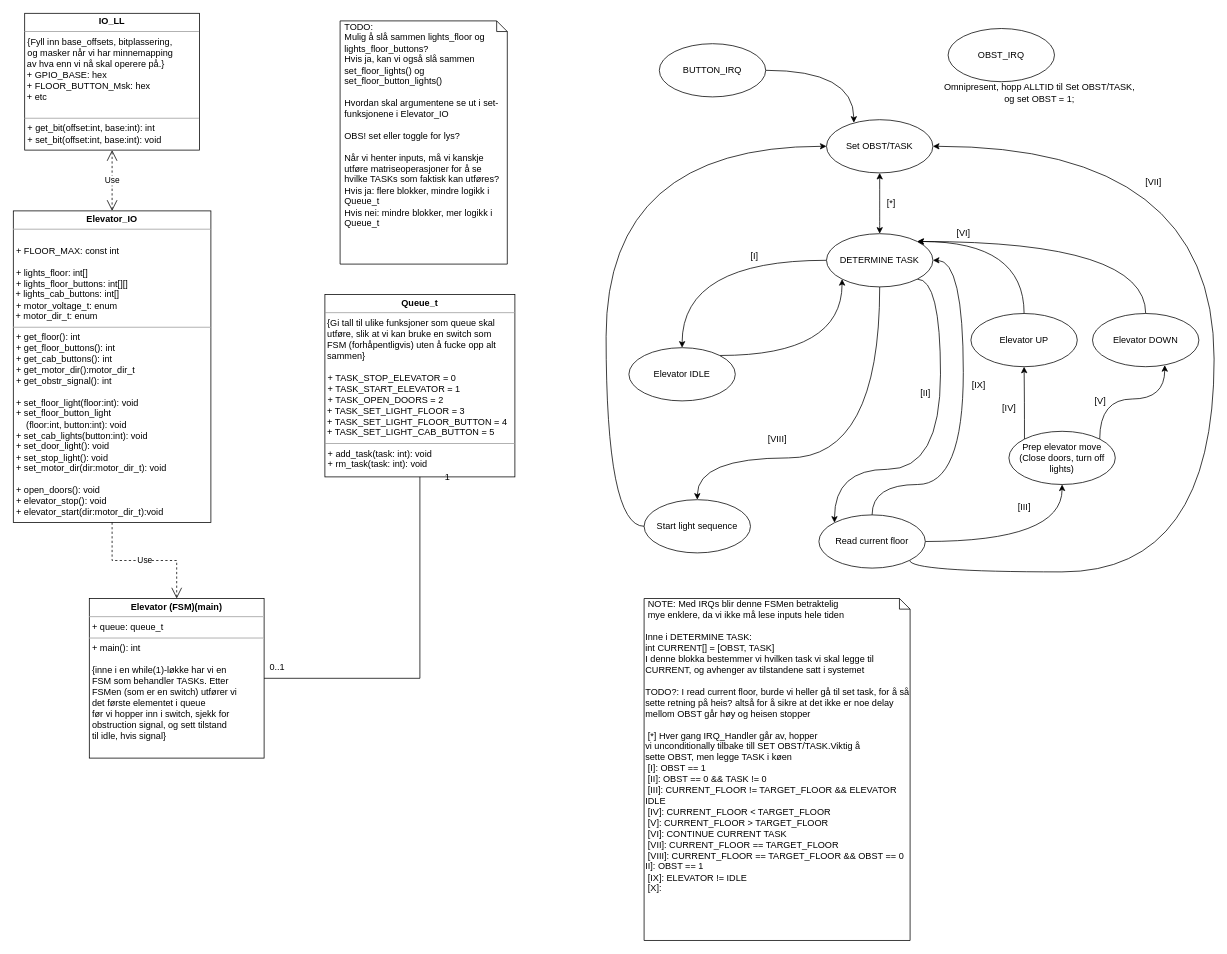
Before: UML_Elevator.drawio in chrstrom/monkey_elevator, a draw.io diagram. Source tidied: cells renumbered, new cells numbered last; positions are measured from the earlier drawing's top-left corner, leaving out a move shared by most shapes. Both pictures are drawn from the tidied source at 76%, with x=0, y=0 at pixel (13, 13).
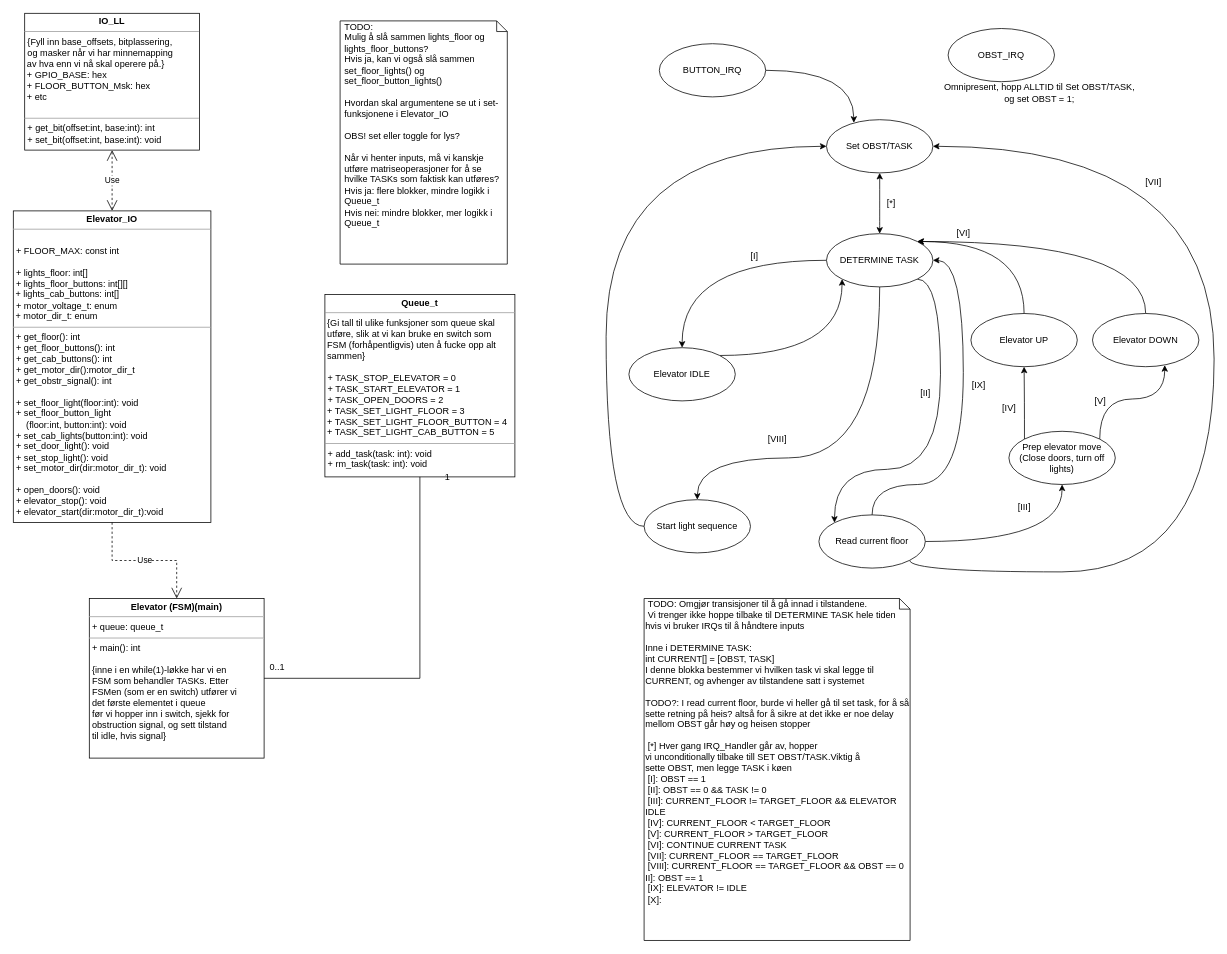
After the change.

The edit, as a diff of the source:
```diff
@@
-    <mxCell id="34" value="&lt;div&gt;&amp;nbsp;NOTE: Med IRQs blir denne FSMen betraktelig&lt;/div&gt;&lt;div&gt;&amp;nbsp;mye enklere, da vi ikke må lese inputs hele tiden&lt;/div&gt;&lt;div&gt;&lt;br&gt;&lt;/div&gt;&lt;div&gt;Inne i DETERMINE TASK:&lt;br&gt;&lt;/div&gt;&lt;div&gt;int CURRENT[] = [OBST, TASK]&lt;/div&gt;&lt;div&gt;I denne blokka bestemmer vi hvilken task vi skal legge til CURRENT, og avhenger av tilstandene satt i systemet&lt;br&gt;&lt;/div&gt;&lt;div&gt;&lt;br&gt;&lt;/div&gt;&lt;div&gt;TODO?: I read current floor, burde vi heller gå til set task, for å så sette retning på heis? altså for å sikre at det ikke er noe delay mellom OBST går høy og heisen stopper&lt;br&gt;&lt;/div&gt;&lt;div&gt;&lt;div&gt;&lt;br&gt;&lt;/div&gt;&lt;div&gt;&amp;nbsp;[*] Hver gang IRQ_Handler går av, hopper &lt;br&gt;vi unconditionally tilbake till SET OBST/TASK.Viktig å &lt;br&gt;sette OBST, men legge TASK i køen&lt;/div&gt;&lt;/div&gt;&lt;div&gt;&amp;nbsp;[I]: OBST == 1 &lt;br&gt;&lt;/div&gt;&lt;div&gt;&amp;nbsp;[II]: OBST == 0 &amp;amp;&amp;amp; TASK != 0&lt;/div&gt;&lt;div&gt;&amp;nbsp;[III]: CURRENT_FLOOR != TARGET_FLOOR &amp;amp;&amp;amp; ELEVATOR IDLE&lt;br&gt;&lt;/div&gt;&lt;div&gt;&amp;nbsp;[IV]: CURRENT_FLOOR &amp;lt; TARGET_FLOOR&lt;br&gt;&lt;/div&gt;&lt;div&gt;&amp;nbsp;[V]: CURRENT_FLOOR &amp;gt; TARGET_FLOOR&lt;/div&gt;&lt;div&gt;&amp;nbsp;[VI]: CONTINUE CURRENT TASK&lt;/div&gt;&lt;div&gt;&amp;nbsp;[VII]: CURRENT_FLOOR == TARGET_FLOOR&lt;br&gt;&lt;/div&gt;&lt;div&gt;&amp;nbsp;[VIII]: CURRENT_FLOOR == TARGET_FLOOR &amp;amp;&amp;amp; OBST == 0&lt;/div&gt;&lt;div&gt;II]: OBST == 1&lt;/div&gt;&lt;div&gt;&amp;nbsp;[IX]: ELEVATOR != IDLE&lt;br&gt;&lt;/div&gt;&lt;div&gt;&amp;nbsp;[X]:&lt;/div&gt;&lt;div&gt;&lt;br&gt;&lt;/div&gt;" style="shape=note;whiteSpace=wrap;html=1;size=14;verticalAlign=top;align=left;spacingTop=-6;" parent="1" vertex="1">
+    <mxCell id="34" value="&lt;div&gt;&amp;nbsp;TODO: Omgjør transisjoner til å gå innad i tilstandene.&lt;/div&gt;&lt;div&gt;&amp;nbsp;Vi trenger ikke hoppe tilbake til DETERMINE TASK hele tiden hvis vi bruker IRQs til å håndtere inputs&lt;br&gt;&lt;/div&gt;&lt;div&gt;&lt;br&gt;&lt;/div&gt;&lt;div&gt;Inne i DETERMINE TASK:&lt;br&gt;&lt;/div&gt;&lt;div&gt;int CURRENT[] = [OBST, TASK]&lt;/div&gt;&lt;div&gt;I denne blokka bestemmer vi hvilken task vi skal legge til CURRENT, og avhenger av tilstandene satt i systemet&lt;br&gt;&lt;/div&gt;&lt;div&gt;&lt;br&gt;&lt;/div&gt;&lt;div&gt;TODO?: I read current floor, burde vi heller gå til set task, for å så sette retning på heis? altså for å sikre at det ikke er noe delay mellom OBST går høy og heisen stopper&lt;br&gt;&lt;/div&gt;&lt;div&gt;&lt;div&gt;&lt;br&gt;&lt;/div&gt;&lt;div&gt;&amp;nbsp;[*] Hver gang IRQ_Handler går av, hopper &lt;br&gt;vi unconditionally tilbake till SET OBST/TASK.Viktig å &lt;br&gt;sette OBST, men legge TASK i køen&lt;/div&gt;&lt;/div&gt;&lt;div&gt;&amp;nbsp;[I]: OBST == 1 &lt;br&gt;&lt;/div&gt;&lt;div&gt;&amp;nbsp;[II]: OBST == 0 &amp;amp;&amp;amp; TASK != 0&lt;/div&gt;&lt;div&gt;&amp;nbsp;[III]: CURRENT_FLOOR != TARGET_FLOOR &amp;amp;&amp;amp; ELEVATOR IDLE&lt;br&gt;&lt;/div&gt;&lt;div&gt;&amp;nbsp;[IV]: CURRENT_FLOOR &amp;lt; TARGET_FLOOR&lt;br&gt;&lt;/div&gt;&lt;div&gt;&amp;nbsp;[V]: CURRENT_FLOOR &amp;gt; TARGET_FLOOR&lt;/div&gt;&lt;div&gt;&amp;nbsp;[VI]: CONTINUE CURRENT TASK&lt;/div&gt;&lt;div&gt;&amp;nbsp;[VII]: CURRENT_FLOOR == TARGET_FLOOR&lt;br&gt;&lt;/div&gt;&lt;div&gt;&amp;nbsp;[VIII]: CURRENT_FLOOR == TARGET_FLOOR &amp;amp;&amp;amp; OBST == 0&lt;/div&gt;&lt;div&gt;II]: OBST == 1&lt;/div&gt;&lt;div&gt;&amp;nbsp;[IX]: ELEVATOR != IDLE&lt;br&gt;&lt;/div&gt;&lt;div&gt;&amp;nbsp;[X]:&lt;/div&gt;&lt;div&gt;&lt;br&gt;&lt;/div&gt;" style="shape=note;whiteSpace=wrap;html=1;size=14;verticalAlign=top;align=left;spacingTop=-6;" parent="1" vertex="1">
       <mxGeometry x="830" y="770" width="350" height="450" as="geometry" />
     </mxCell>
```
